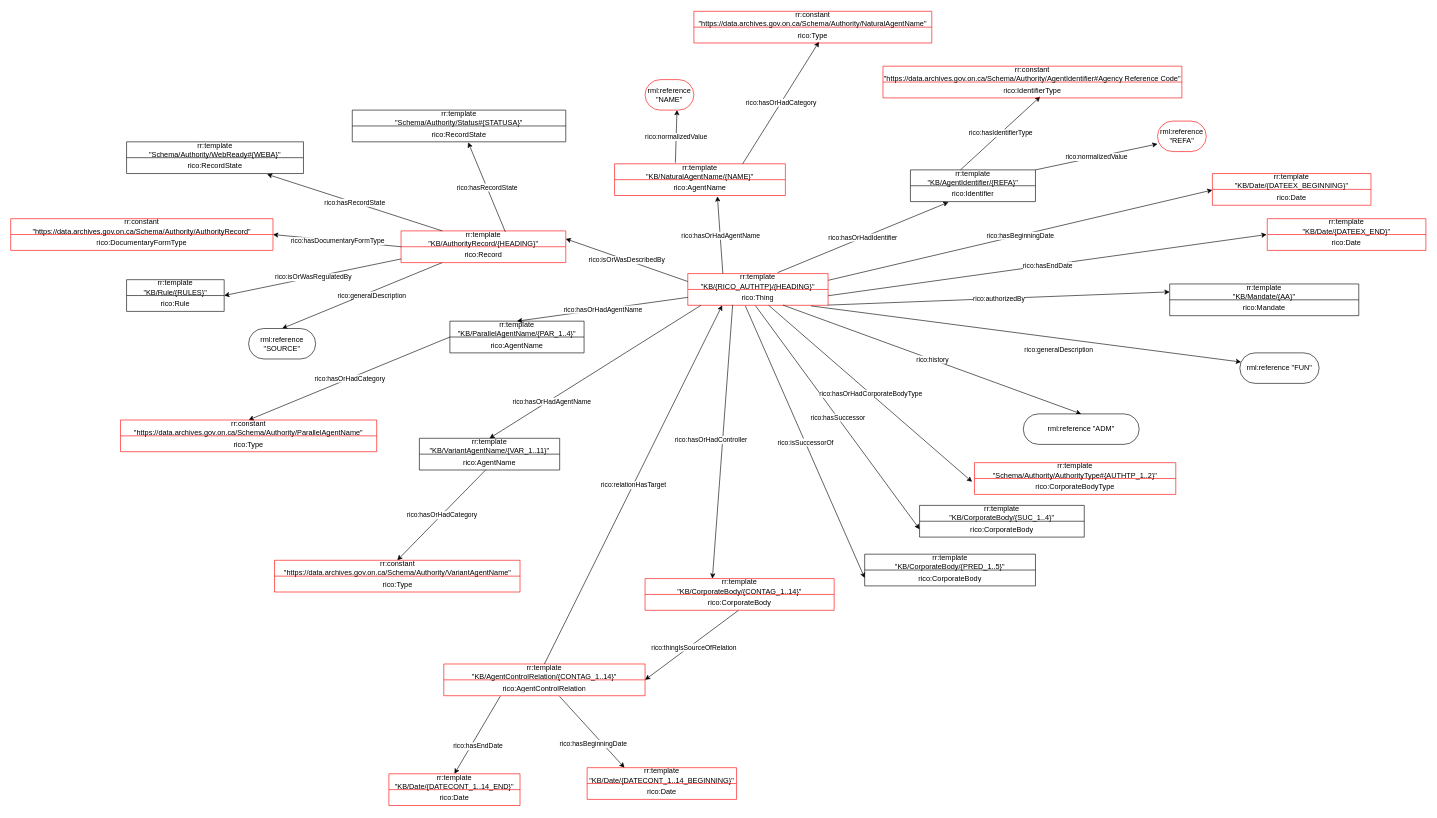
Above: gbad/schema/authority/General Authority to RiC-O Model_2024-11-14_PZ.drawio in gbad-project/records_in_contexts_draw_io_parser (draw.io), before the change. Source tidied: cells renumbered, new cells numbered last; positions are measured from the earlier drawing's top-left corner, leaving out a move shared by most shapes. Both pictures are drawn from the tidied source at 61%, with x=0, y=0 at pixel (10, 11).
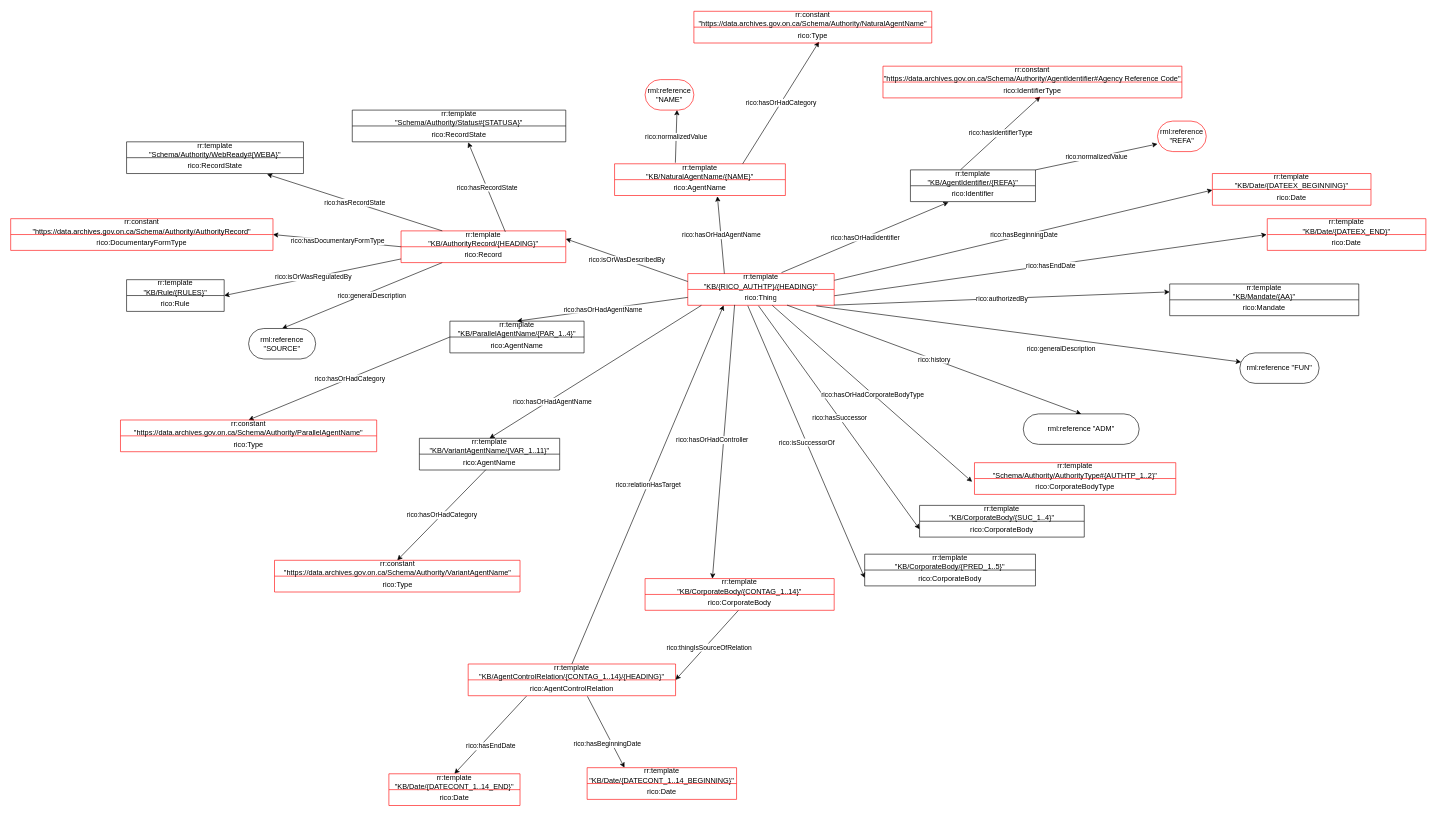
The same page after the edit.

The edit, as a diff of the source:
```diff
@@
     <mxCell id="2" value="&lt;div&gt;&lt;span style=&quot;background-color: initial;&quot;&gt;rr:template&lt;br&gt;&quot;KB/{RICO_AUTHTP}/&lt;/span&gt;{HEADING}&quot;&lt;/div&gt;" style="swimlane;fontStyle=0;horizontal=1;startSize=26;fillColor=none;whiteSpace=wrap;html=1;strokeColor=#FF0000;" parent="1" vertex="1">
-      <mxGeometry x="1110" y="430" width="230" height="52" as="geometry" />
+      <mxGeometry x="1110" y="430" width="240" height="52" as="geometry" />
     </mxCell>
     <mxCell id="3" value="rico:Thing" style="text;strokeColor=none;fillColor=none;align=center;verticalAlign=top;spacingLeft=4;spacingRight=4;overflow=hidden;points=[[0,0.5],[1,0.5]];portConstraint=eastwest;whiteSpace=wrap;html=1;" parent="2" vertex="1">
-      <mxGeometry y="26" width="230" height="26" as="geometry" />
+      <mxGeometry y="26" width="240" height="26" as="geometry" />
     </mxCell>
@@
-    <mxCell id="67" value="rr:template&lt;div&gt;&quot;KB/AgentControlRelation/{CONTAG_1..14}&quot;&lt;/div&gt;" style="swimlane;fontStyle=0;horizontal=1;startSize=26;fillColor=none;whiteSpace=wrap;html=1;strokeColor=#FF0000;" parent="1" vertex="1">
-      <mxGeometry x="710" y="1070" width="330" height="52" as="geometry" />
+    <mxCell id="67" value="rr:template&lt;div&gt;&quot;&lt;span style=&quot;background-color: initial;&quot;&gt;KB/&lt;/span&gt;AgentControlRelation&lt;span style=&quot;background-color: initial;&quot;&gt;/&lt;/span&gt;&lt;span style=&quot;background-color: initial;&quot;&gt;{CONTAG_1..14}&lt;/span&gt;&lt;span style=&quot;background-color: initial;&quot;&gt;/&lt;/span&gt;{HEADING}&lt;span style=&quot;background-color: initial;&quot;&gt;&quot;&lt;/span&gt;&lt;/div&gt;" style="swimlane;fontStyle=0;horizontal=1;startSize=26;fillColor=none;whiteSpace=wrap;html=1;strokeColor=#FF0000;" parent="1" vertex="1">
+      <mxGeometry x="750" y="1070" width="340" height="52" as="geometry" />
     </mxCell>
     <mxCell id="68" value="rico:AgentControlRelation" style="text;strokeColor=none;fillColor=none;align=center;verticalAlign=top;spacingLeft=4;spacingRight=4;overflow=hidden;points=[[0,0.5],[1,0.5]];portConstraint=eastwest;whiteSpace=wrap;html=1;" parent="67" vertex="1">
-      <mxGeometry y="26" width="330" height="26" as="geometry" />
+      <mxGeometry y="26" width="340" height="26" as="geometry" />
     </mxCell>
```
